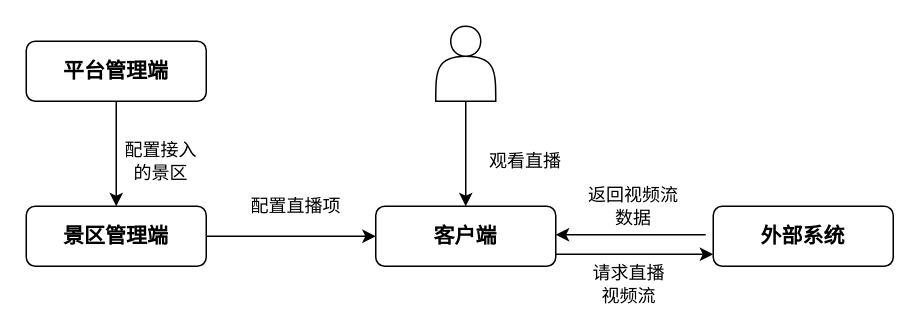
Above: 5G直播/5G直播系统数据流转.drawio in haycheng/draw.io (draw.io), before the change. Source tidied: cells renumbered, new cells numbered last; positions are measured from the earlier drawing's top-left corner, leaving out a move shared by most shapes. Both pictures are drawn from the tidied source at 150%, with x=0, y=0 at pixel (26, 26).
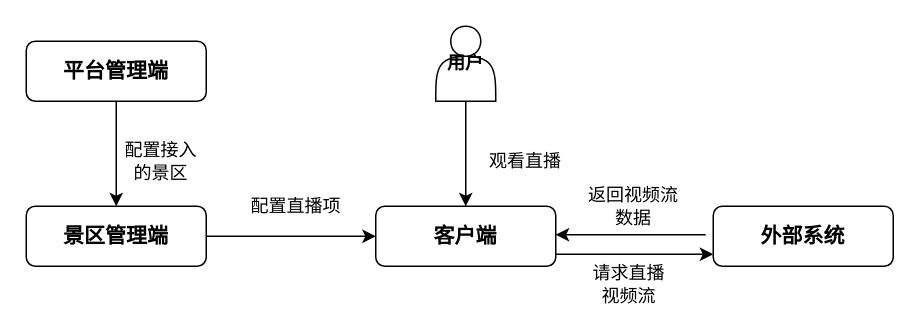
Above is the later version.

Commit message (it also covers changes not shown here):
Update 5G直播系统数据流转.drawio

Change to the diagram source:
```diff
@@
 <mxGraphModel>
   <root>
     <mxCell id="0" />
     <mxCell id="1" parent="0" />
     <mxCell id="2" style="edgeStyle=orthogonalEdgeStyle;rounded=0;jettySize=auto;html=1;entryX=0.5;entryY=0;entryDx=0;entryDy=0;" parent="1" edge="1" source="3" target="5">
       <mxGeometry relative="1" as="geometry" />
     </mxCell>
     <mxCell id="3" value="&lt;font style=&quot;font-size: 14px&quot;&gt;平台管理端&lt;/font&gt;" style="rounded=1;whiteSpace=wrap;html=1;fontStyle=1;" parent="1" vertex="1">
       <mxGeometry y="10" width="120" height="40" as="geometry" />
     </mxCell>
     <mxCell id="4" style="edgeStyle=orthogonalEdgeStyle;rounded=0;jettySize=auto;html=1;entryX=0;entryY=0.5;entryDx=0;entryDy=0;" parent="1" edge="1" source="5" target="8">
       <mxGeometry relative="1" as="geometry" />
     </mxCell>
     <mxCell id="5" value="&lt;font style=&quot;font-size: 14px&quot;&gt;景区管理端&lt;/font&gt;" style="rounded=1;whiteSpace=wrap;html=1;fontStyle=1;" parent="1" vertex="1">
       <mxGeometry y="120" width="120" height="40" as="geometry" />
     </mxCell>
     <mxCell id="6" value="配置接入的景区" style="text;html=1;strokeColor=none;fillColor=none;align=center;verticalAlign=middle;whiteSpace=wrap;rounded=0;" parent="1" vertex="1">
       <mxGeometry x="60" y="80" width="60" height="20" as="geometry" />
     </mxCell>
     <mxCell id="7" style="edgeStyle=orthogonalEdgeStyle;rounded=0;orthogonalLoop=1;jettySize=auto;html=1;entryX=0;entryY=0.5;entryDx=0;entryDy=0;" parent="1" edge="1">
       <mxGeometry relative="1" as="geometry">
         <mxPoint x="353" y="152" as="sourcePoint" />
         <mxPoint x="458" y="152" as="targetPoint" />
       </mxGeometry>
     </mxCell>
     <mxCell id="8" value="&lt;font style=&quot;font-size: 14px&quot;&gt;客户端&lt;/font&gt;" style="rounded=1;whiteSpace=wrap;html=1;fontStyle=1;" parent="1" vertex="1">
       <mxGeometry x="233" y="120" width="120" height="40" as="geometry" />
     </mxCell>
     <mxCell id="9" value="配置直播项" style="text;html=1;strokeColor=none;fillColor=none;align=center;verticalAlign=middle;whiteSpace=wrap;rounded=0;" parent="1" vertex="1">
       <mxGeometry x="145" y="110" width="70" height="20" as="geometry" />
     </mxCell>
     <mxCell id="10" style="edgeStyle=orthogonalEdgeStyle;rounded=0;jettySize=auto;html=1;entryX=0.5;entryY=0;entryDx=0;entryDy=0;" parent="1" edge="1" source="11" target="8">
       <mxGeometry relative="1" as="geometry" />
     </mxCell>
-    <mxCell id="11" style="shape=actor;whiteSpace=wrap;html=1;" parent="1" vertex="1">
+    <mxCell id="11" value="&lt;b&gt;用户&lt;/b&gt;" style="shape=actor;whiteSpace=wrap;html=1;" parent="1" vertex="1">
       <mxGeometry x="273" width="40" height="50" as="geometry" />
     </mxCell>
     <mxCell id="12" value="观看直播" style="text;html=1;strokeColor=none;fillColor=none;align=center;verticalAlign=middle;whiteSpace=wrap;rounded=0;" parent="1" vertex="1">
       <mxGeometry x="303" y="80" width="60" height="20" as="geometry" />
     </mxCell>
     <mxCell id="13" value="&lt;font style=&quot;font-size: 14px&quot;&gt;外部系统&lt;/font&gt;" style="rounded=1;whiteSpace=wrap;html=1;fontStyle=1;" parent="1" vertex="1">
       <mxGeometry x="458" y="120" width="120" height="40" as="geometry" />
     </mxCell>
     <mxCell id="14" value="请求直播视频流" style="text;html=1;strokeColor=none;fillColor=none;align=center;verticalAlign=middle;whiteSpace=wrap;rounded=0;" parent="1" vertex="1">
       <mxGeometry x="372" y="162" width="60" height="20" as="geometry" />
     </mxCell>
     <mxCell id="15" style="endArrow=classic;html=1;" parent="1" edge="1">
       <mxGeometry relative="1" as="geometry">
         <mxPoint x="453" y="139" as="sourcePoint" />
         <mxPoint x="353" y="139" as="targetPoint" />
       </mxGeometry>
     </mxCell>
     <mxCell id="16" value="返回视频流数据" style="text;html=1;strokeColor=none;fillColor=none;align=center;verticalAlign=middle;whiteSpace=wrap;rounded=0;" parent="1" vertex="1">
       <mxGeometry x="370" y="110" width="70" height="20" as="geometry" />
     </mxCell>
   </root>
 </mxGraphModel>
```
